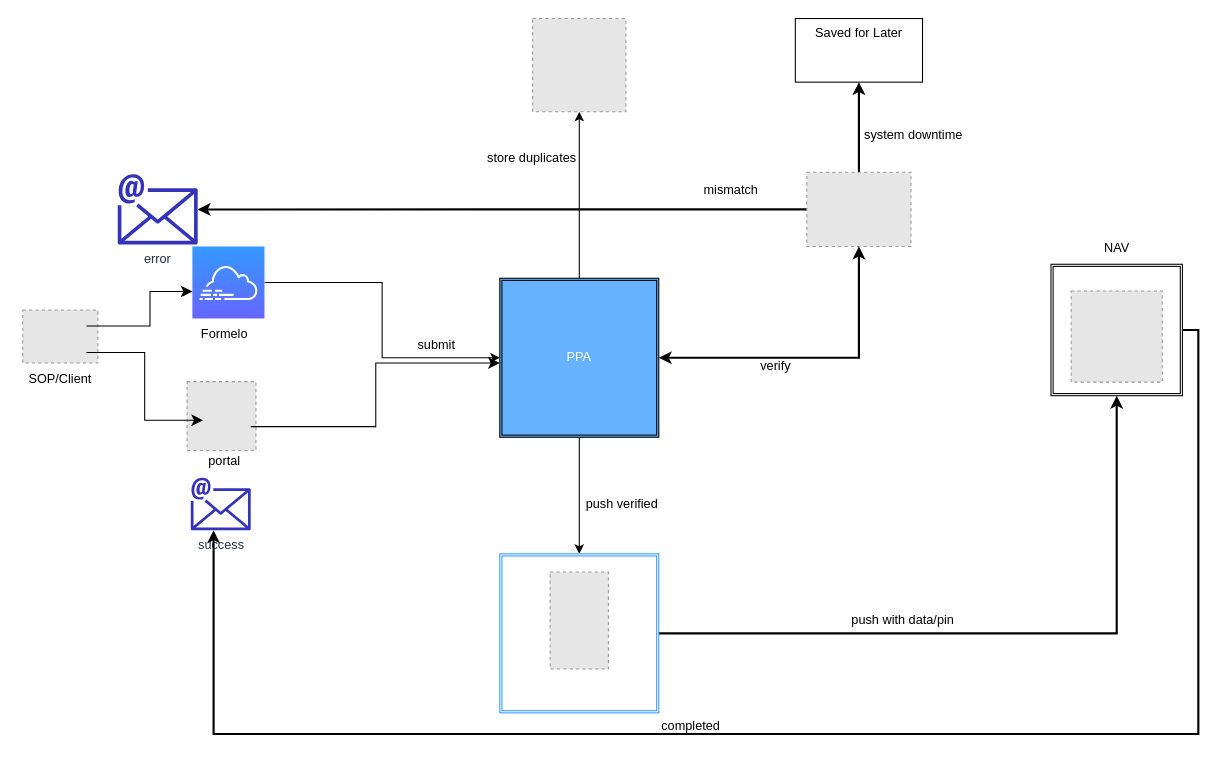
The draw.io diagram Untitled Diagram.drawio in Great-B/standard-arch-diagrams, before the edit. Source tidied: cells renumbered, new cells numbered last; positions are measured from the earlier drawing's top-left corner, leaving out a move shared by most shapes. Both pictures are drawn from the tidied source at 106%, with x=0, y=0 at pixel (17, 18). Pictures stored in the file or linked from it are replaced by grey dashed boxes.
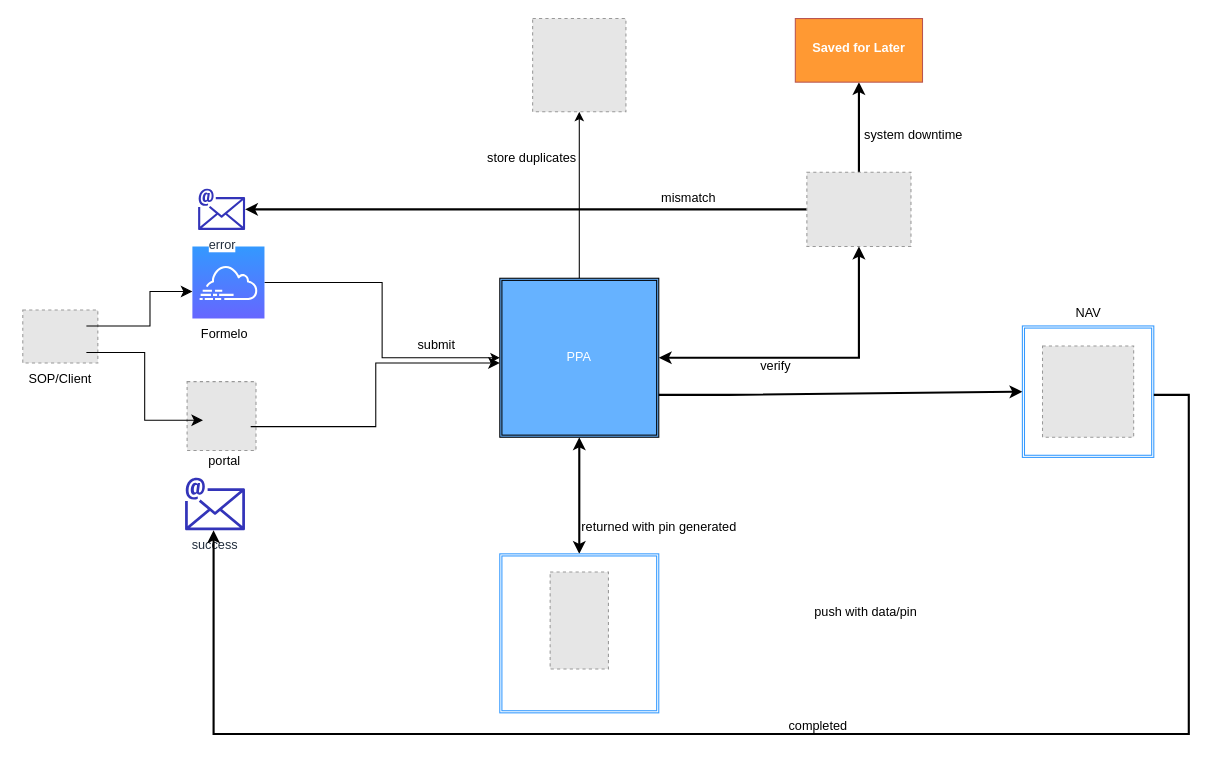
The same diagram, later.

The change refers to these unchanged cells:
```xml
<mxCell id="20" value="PPA" style="shape=ext;double=1;whiteSpace=wrap;html=1;fillColor=#66B2FF;fontColor=#FFFFFF;" parent="1" vertex="1">
  <mxGeometry x="455" y="245" width="150" height="150" as="geometry" />
</mxCell>
<mxCell id="23" style="shape=ext;double=1;whiteSpace=wrap;html=1;fillColor=none;strokeColor=#3399FF;" parent="1" vertex="1">
  <mxGeometry x="455" y="505" width="150" height="150" as="geometry" />
</mxCell>
```

Diff of the diagram source:
```diff
@@
     <mxCell id="2" value="success" style="outlineConnect=0;fontColor=#232F3E;gradientColor=none;fillColor=#3334B9;strokeColor=none;dashed=0;verticalLabelPosition=bottom;verticalAlign=top;align=center;html=1;fontSize=12;fontStyle=0;shape=mxgraph.aws4.email;labelBackgroundColor=#ffffff;" parent="1" vertex="1">
-      <mxGeometry x="163.5" y="433" width="56.5" height="50" as="geometry" />
+      <mxGeometry x="158.1" y="433" width="56.5" height="50" as="geometry" />
     </mxCell>
     <mxCell id="3" style="fillColor=#E6E6E6;strokeColor=#999999;dashed=1;verticalLabelPosition=bottom;verticalAlign=top;" parent="1" vertex="1">
-      <mxGeometry x="994" y="257" width="86" height="86" as="geometry" />
+      <mxGeometry x="967" y="309" width="86" height="86" as="geometry" />
     </mxCell>
@@
-    <mxCell id="18" style="edgeStyle=orthogonalEdgeStyle;rounded=0;jettySize=auto;html=1;" parent="1" edge="1" source="20" target="23">
+    <mxCell id="18" style="edgeStyle=orthogonalEdgeStyle;rounded=0;jettySize=auto;html=1;startArrow=classic;startFill=1;strokeWidth=2;" parent="1" edge="1" source="20" target="23">
       <mxGeometry relative="1" as="geometry" />
     </mxCell>
@@
-    <mxCell id="22" style="edgeStyle=orthogonalEdgeStyle;rounded=0;jettySize=auto;html=1;strokeWidth=2;" parent="1" edge="1" source="23" target="25">
-      <mxGeometry relative="1" as="geometry" />
-    </mxCell>
@@
+    <mxCell id="25" style="shape=ext;double=1;whiteSpace=wrap;html=1;fillColor=none;strokeColor=#3399FF;" parent="1" vertex="1">
+      <mxGeometry x="948" y="290" width="124" height="124" as="geometry" />
+    </mxCell>
     <mxCell id="24" style="edgeStyle=orthogonalEdgeStyle;rounded=0;jettySize=auto;html=1;strokeWidth=2;" parent="1" edge="1" source="25" target="2">
       <mxGeometry relative="1" as="geometry">
         <Array as="points">
-          <mxPoint x="1114" y="675" />
+          <mxPoint x="1105" y="355" />
+          <mxPoint x="1105" y="675" />
           <mxPoint x="185" y="675" />
         </Array>
       </mxGeometry>
     </mxCell>
-    <mxCell id="25" style="shape=ext;double=1;whiteSpace=wrap;html=1;fillColor=none;" parent="1" vertex="1">
-      <mxGeometry x="975" y="231.8" width="124" height="124" as="geometry" />
-    </mxCell>
     <mxCell id="26" value="NAV" style="text;html=1;align=center;verticalAlign=middle;strokeColor=none;fillColor=none;" parent="1" vertex="1">
-      <mxGeometry x="1012" y="201.8" width="50" height="30" as="geometry" />
+      <mxGeometry x="985" y="263" width="50" height="30" as="geometry" />
     </mxCell>
     <mxCell id="27" value="error" style="outlineConnect=0;fontColor=#232F3E;gradientColor=none;fillColor=#3334B9;strokeColor=none;dashed=0;verticalLabelPosition=bottom;verticalAlign=top;align=center;html=1;fontSize=12;fontStyle=0;shape=mxgraph.aws4.email;labelBackgroundColor=#ffffff;" parent="1" vertex="1">
-      <mxGeometry x="94.6" y="146.7" width="75.4" height="66.7" as="geometry" />
+      <mxGeometry x="170.4" y="160.4" width="44.3" height="39.2" as="geometry" />
     </mxCell>
     <mxCell id="28" value="mismatch&amp;nbsp;" style="text;html=1;strokeColor=none;fillColor=none;align=center;verticalAlign=middle;whiteSpace=wrap;rounded=0;" parent="1" vertex="1">
-      <mxGeometry x="645" y="146.7" width="60" height="30" as="geometry" />
+      <mxGeometry x="605" y="155" width="60" height="30" as="geometry" />
     </mxCell>
-    <mxCell id="29" value="Saved for Later" style="whiteSpace=wrap;html=1;verticalAlign=top;" parent="1" vertex="1">
+    <mxCell id="29" value="&lt;font color=&quot;#ffffff&quot;&gt;&lt;b&gt;&lt;br&gt;Saved for Later&lt;/b&gt;&lt;/font&gt;" style="whiteSpace=wrap;html=1;verticalAlign=top;fillColor=#FF9933;strokeColor=#b85450;" parent="1" vertex="1">
       <mxGeometry x="733.8" width="120" height="60" as="geometry" />
     </mxCell>
@@
     <mxCell id="32" value="completed" style="text;html=1;align=center;verticalAlign=middle;strokeColor=none;fillColor=none;" parent="1" vertex="1">
-      <mxGeometry x="595" y="653" width="80" height="30" as="geometry" />
+      <mxGeometry x="715" y="653" width="80" height="30" as="geometry" />
     </mxCell>
     <mxCell id="33" value="push with data/pin" style="text;html=1;align=center;verticalAlign=middle;strokeColor=none;fillColor=none;" parent="1" vertex="1">
-      <mxGeometry x="775" y="553" width="120" height="30" as="geometry" />
+      <mxGeometry x="740" y="545" width="120" height="30" as="geometry" />
     </mxCell>
-    <mxCell id="34" value="push verified" style="text;html=1;align=center;verticalAlign=middle;strokeColor=none;fillColor=none;" parent="1" vertex="1">
-      <mxGeometry x="525" y="443" width="90" height="30" as="geometry" />
+    <mxCell id="34" value="returned with pin generated" style="text;html=1;align=center;verticalAlign=middle;strokeColor=none;fillColor=none;" parent="1" vertex="1">
+      <mxGeometry x="520" y="465" width="170" height="30" as="geometry" />
     </mxCell>
@@
+    <mxCell id="38" style="endArrow=classic;html=1;rounded=0;entryX=0;entryY=0.5;entryDx=0;entryDy=0;strokeWidth=2;" parent="1" edge="1" target="25">
+      <mxGeometry relative="1" as="geometry">
+        <mxPoint x="670" y="355" as="sourcePoint" />
+        <Array as="points">
+          <mxPoint x="605" y="355" />
+          <mxPoint x="670" y="355" />
+        </Array>
+      </mxGeometry>
+    </mxCell>
```
